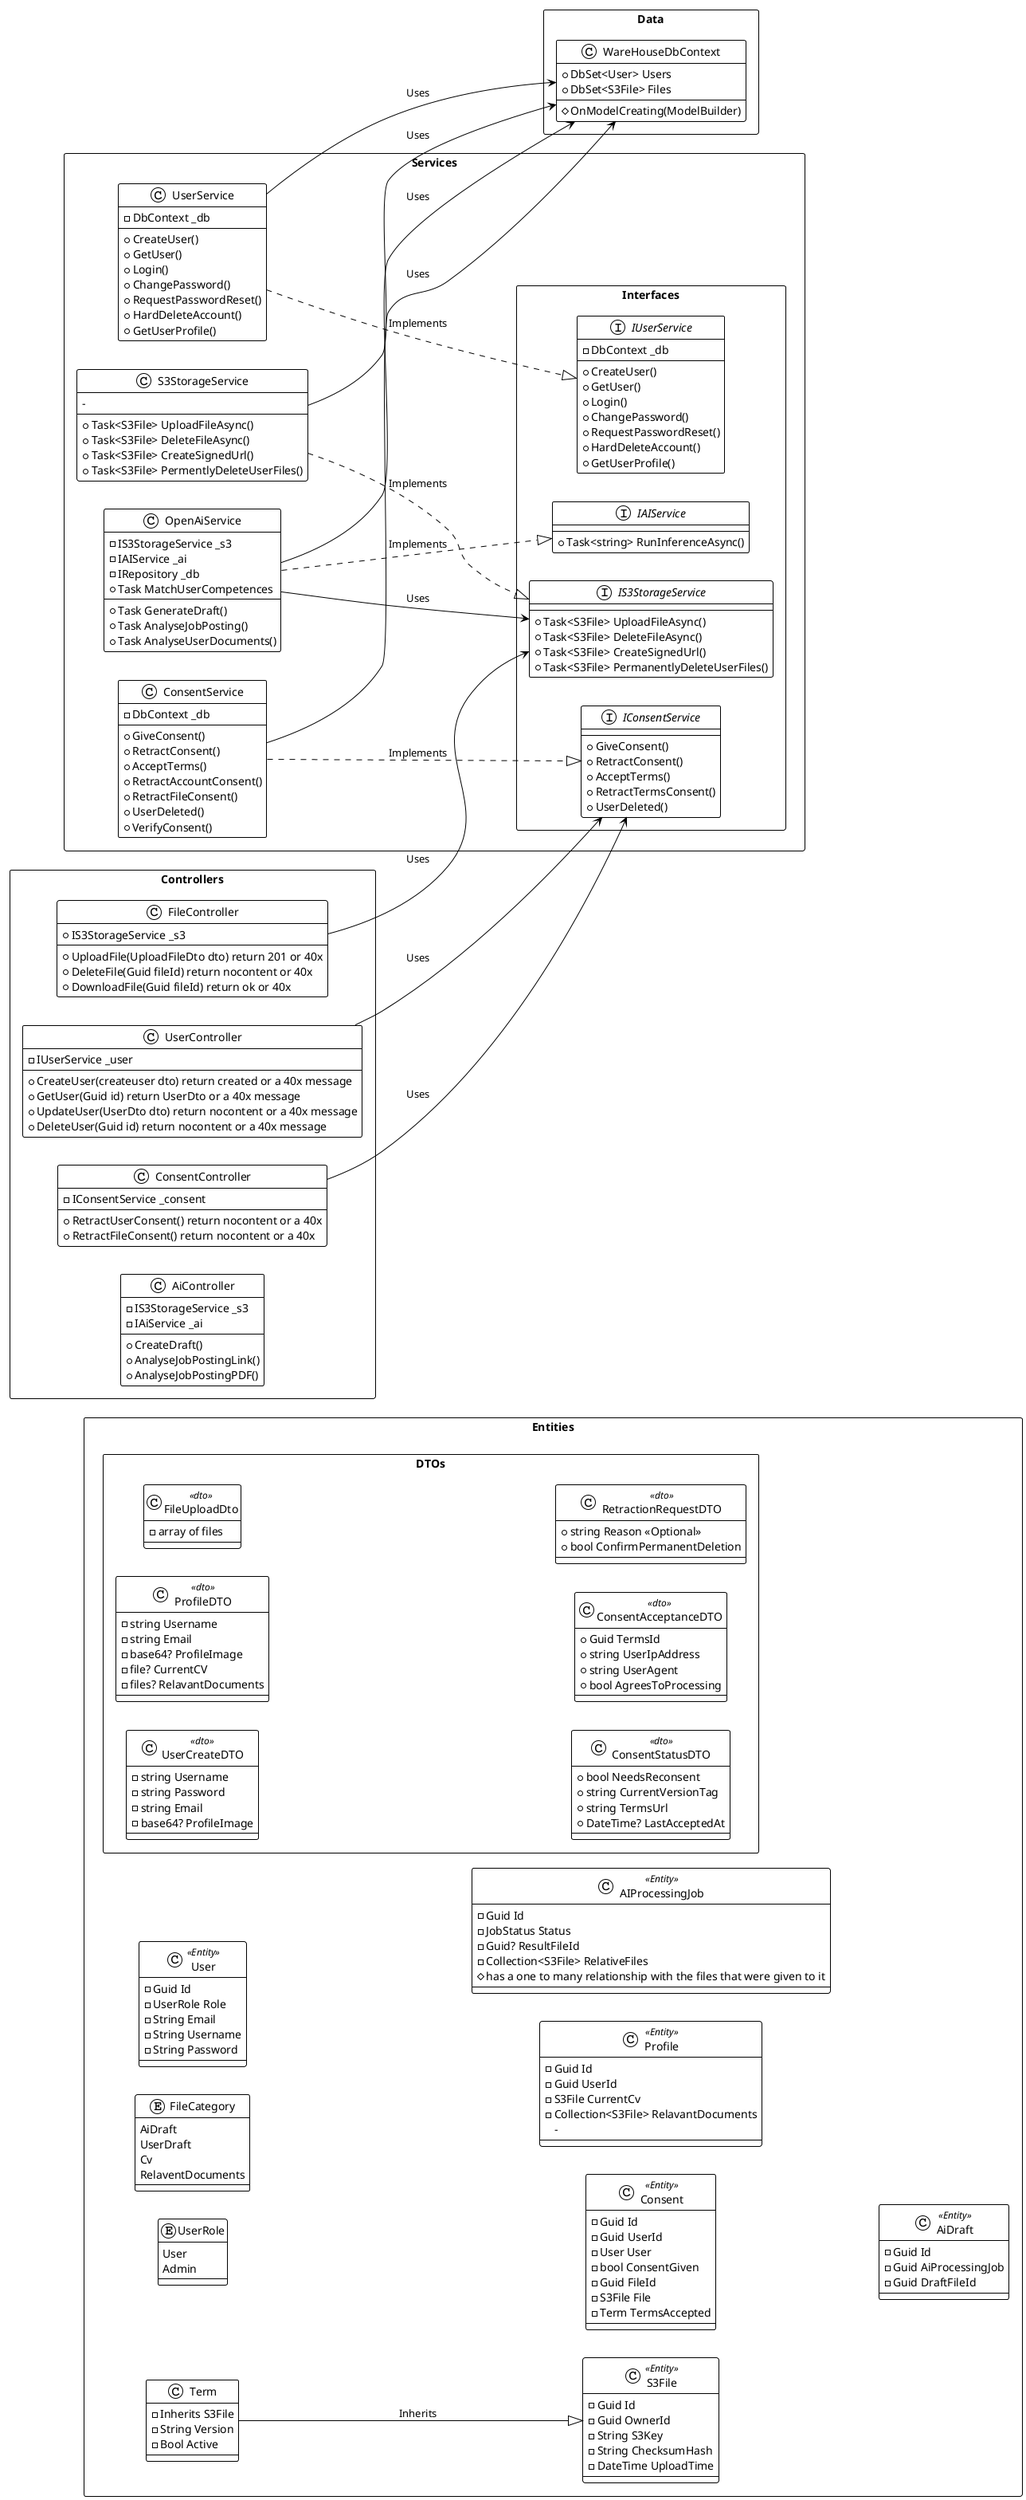
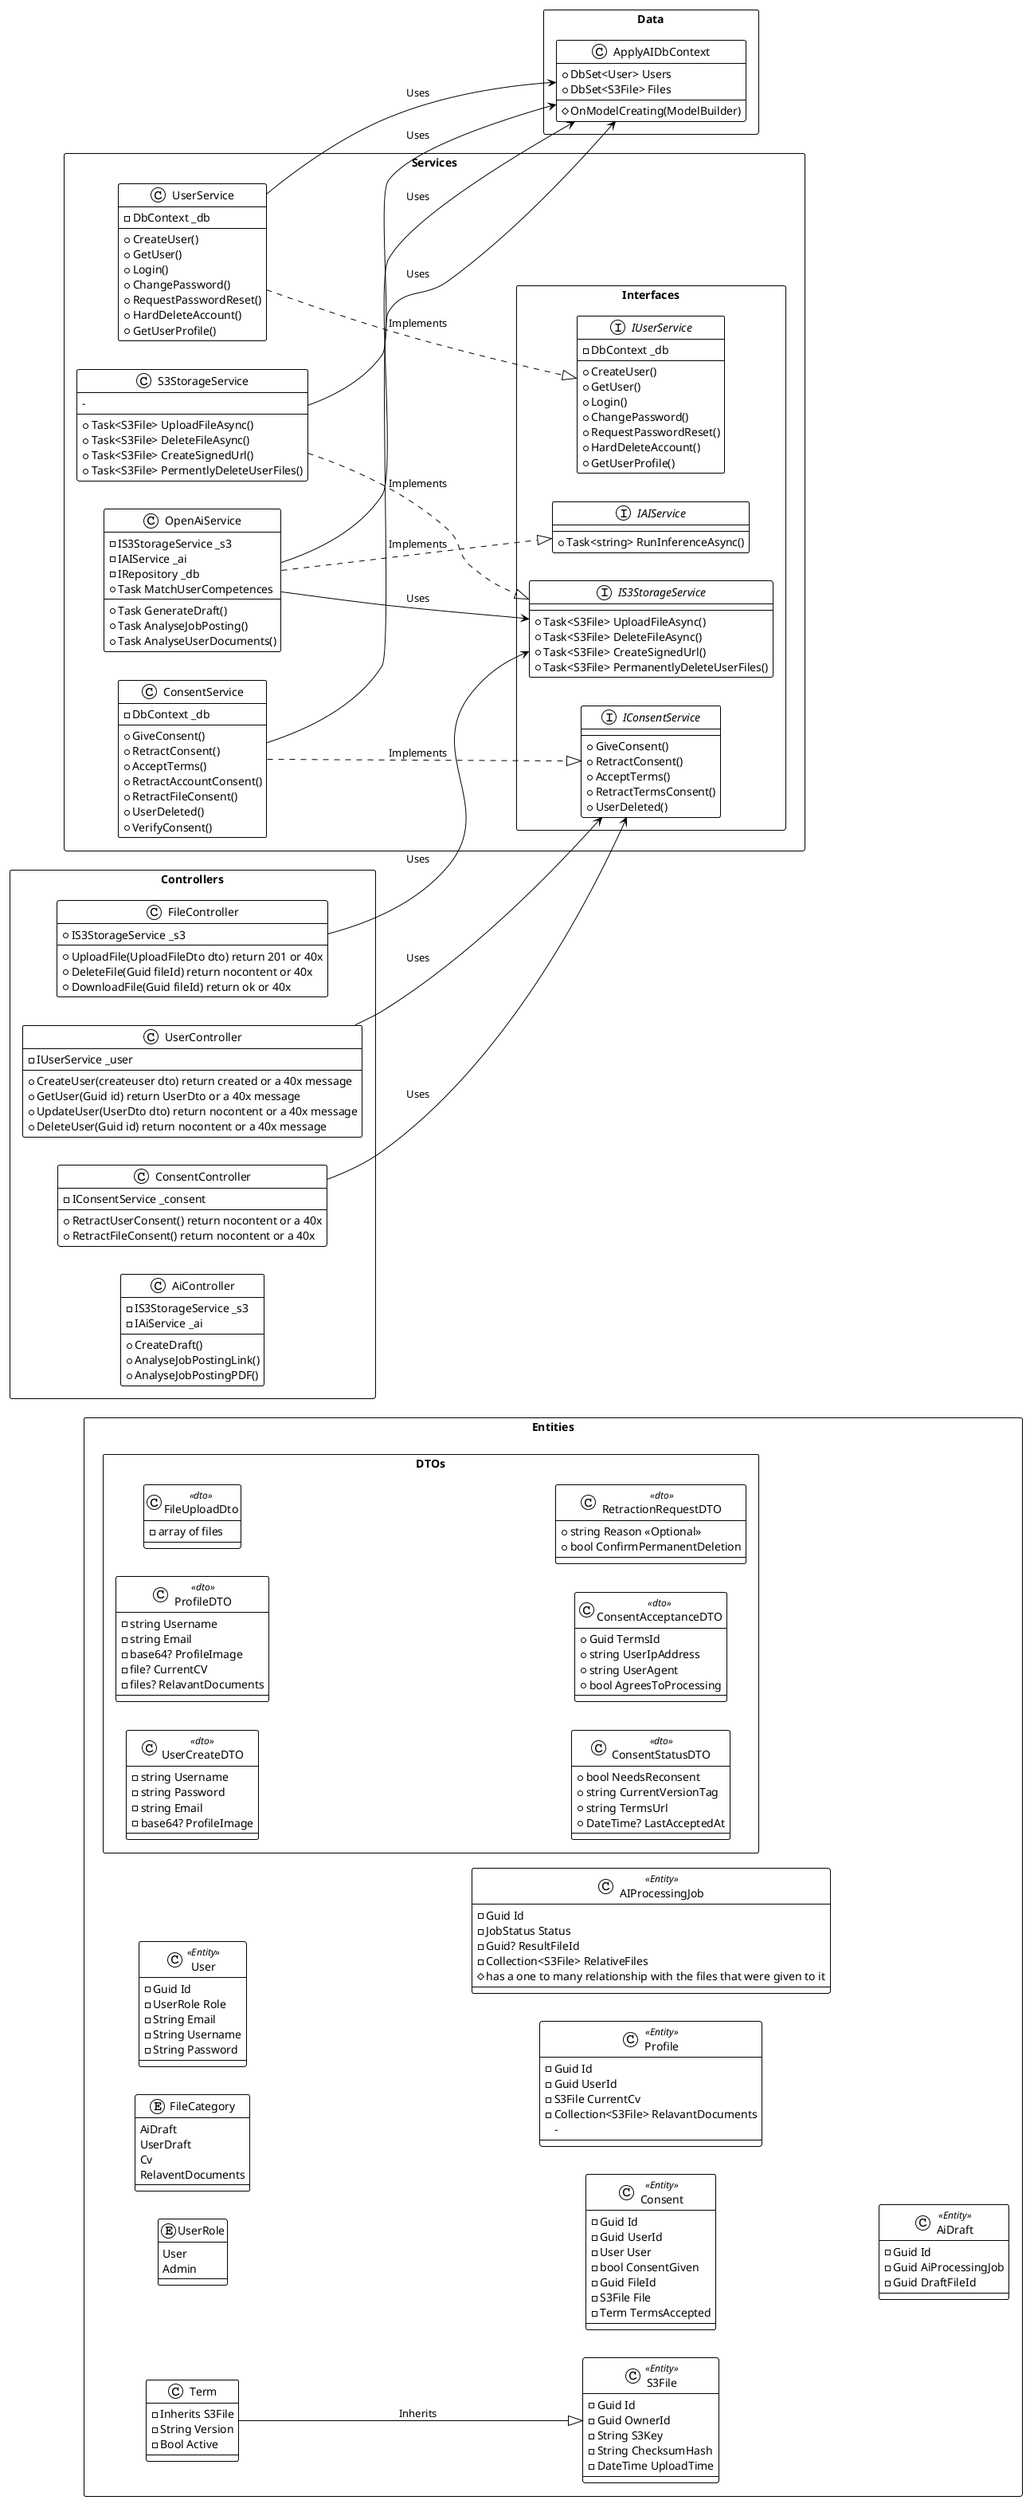
@startuml
!theme plain
skinparam PackageStyle rectangle
left to right direction


package "Entities" {
  package "DTOs"{
    class UserCreateDTO <<dto>>{
      - string Username
      - string Password
      - string Email
      - base64? ProfileImage
    }

    class ProfileDTO<<dto>>{
      - string Username
      - string Email
      - base64? ProfileImage
      - file? CurrentCV
      - files? RelavantDocuments
    }

    class FileUploadDto <<dto>>{
      - array of files
    }

    class ConsentStatusDTO <<dto>> {
        + bool NeedsReconsent
        + string CurrentVersionTag
        + string TermsUrl
        + DateTime? LastAcceptedAt
    }

    class ConsentAcceptanceDTO <<dto>> {
        + Guid TermsId
        + string UserIpAddress
        + string UserAgent
        + bool AgreesToProcessing
    }

    class RetractionRequestDTO <<dto>> {
        + string Reason <<Optional>>
        + bool ConfirmPermanentDeletion
    }

  }
    enum UserRole {
        User
        Admin
    }

    enum FileCategory{
      AiDraft
      UserDraft
      Cv
      RelaventDocuments
    }

    class User <<Entity>> {
        - Guid Id
        - UserRole Role
        - String Email
        - String Username
        - String Password
    }

    class Consent <<Entity>> {
        - Guid Id
        - Guid UserId
        - User User
        - bool ConsentGiven
        - Guid FileId
        - S3File File
        - Term TermsAccepted
    }

    class Profile <<Entity>>{
      - Guid Id
      - Guid UserId
      - S3File CurrentCv
      - Collection<S3File> RelavantDocuments
      -
    }

    class S3File <<Entity>> {
        - Guid Id
        - Guid OwnerId
        - String S3Key
        - String ChecksumHash
        - DateTime UploadTime

    }

    class AIProcessingJob <<Entity>> {
        - Guid Id
        - JobStatus Status
        - Guid? ResultFileId
        - Collection<S3File> RelativeFiles
#has a one to many relationship with the files that were given to it
    }

    class AiDraft <<Entity>>{
      - Guid Id
      - Guid AiProcessingJob
      - Guid DraftFileId
    }

    class Term{
      - Inherits S3File
      - String Version
      - Bool Active

    }


    Term --|> S3File : Inherits
}

package "Services" {
    package "Interfaces"{
      interface IS3StorageService {
        + Task<S3File> UploadFileAsync()
        + Task<S3File> DeleteFileAsync()
        + Task<S3File> CreateSignedUrl()
        + Task<S3File> PermanentlyDeleteUserFiles()
      }

      interface IAIService {
          + Task<string> RunInferenceAsync()
      }

      interface IConsentService {
      + GiveConsent()
      + RetractConsent()
      + AcceptTerms()
      + RetractTermsConsent()
      + UserDeleted()
      }

      interface IUserService{
      - DbContext _db
      + CreateUser()
      + GetUser()
      + Login()
      + ChangePassword()
      + RequestPasswordReset()
      + HardDeleteAccount()
      + GetUserProfile()
    }
    }

    class OpenAiService {
        - IS3StorageService _s3
        - IAIService _ai
        - IRepository _db
        + Task GenerateDraft()
        + Task AnalyseJobPosting()
        + Task AnalyseUserDocuments()
        + Task MatchUserCompetences
    }

    class S3StorageService {
        -
        + Task<S3File> UploadFileAsync()
        + Task<S3File> DeleteFileAsync()
        + Task<S3File> CreateSignedUrl()
        + Task<S3File> PermentlyDeleteUserFiles()
    }

    class ConsentService {
      - DbContext _db
      + GiveConsent()
      + RetractConsent()
      + AcceptTerms()
      + RetractAccountConsent()
      + RetractFileConsent()
      + UserDeleted()
      + VerifyConsent()

    }

    class UserService{
      - DbContext _db
      + CreateUser()
      + GetUser()
      + Login()
      + ChangePassword()
      + RequestPasswordReset()
      + HardDeleteAccount()
      + GetUserProfile()
    }

OpenAiService ..|> IAIService : Implements
UserService ..|> IUserService : Implements
OpenAiService --> IS3StorageService : Uses
ConsentService ..|> IConsentService : Implements
S3StorageService ..|> IS3StorageService : Implements
}

package "Controllers"{
  class UserController{
    - IUserService _user
    + CreateUser(createuser dto) return created or a 40x message
    + GetUser(Guid id) return UserDto or a 40x message
    + UpdateUser(UserDto dto) return nocontent or a 40x message
    + DeleteUser(Guid id) return nocontent or a 40x message
  }

  class FileController{
    + IS3StorageService _s3
    + UploadFile(UploadFileDto dto) return 201 or 40x
    + DeleteFile(Guid fileId) return nocontent or 40x
    + DownloadFile(Guid fileId) return ok or 40x
  }

  class ConsentController{
    - IConsentService _consent
    + RetractUserConsent() return nocontent or a 40x
    + RetractFileConsent() return nocontent or a 40x
  }

  class AiController{
    - IS3StorageService _s3
    - IAiService _ai
    + CreateDraft()
    + AnalyseJobPostingLink()
    + AnalyseJobPostingPDF()
  }

FileController --> IS3StorageService : Uses
ConsentController --> IConsentService : Uses
UserController --> IConsentService : Uses
}

package "Data" {
-     class WareHouseDbContext {
+   class ApplyAIDbContext {
        + DbSet<User> Users
        + DbSet<S3File> Files
        --
        # OnModelCreating(ModelBuilder)
    }
- OpenAiService --> WareHouseDbContext : Uses
- ConsentService --> WareHouseDbContext : Uses
- S3StorageService --> WareHouseDbContext : Uses
- UserService --> WareHouseDbContext : Uses
+ OpenAiService --> ApplyAIDbContext : Uses
+ ConsentService --> ApplyAIDbContext : Uses
+ S3StorageService --> ApplyAIDbContext : Uses
+ UserService --> ApplyAIDbContext : Uses
}

@enduml